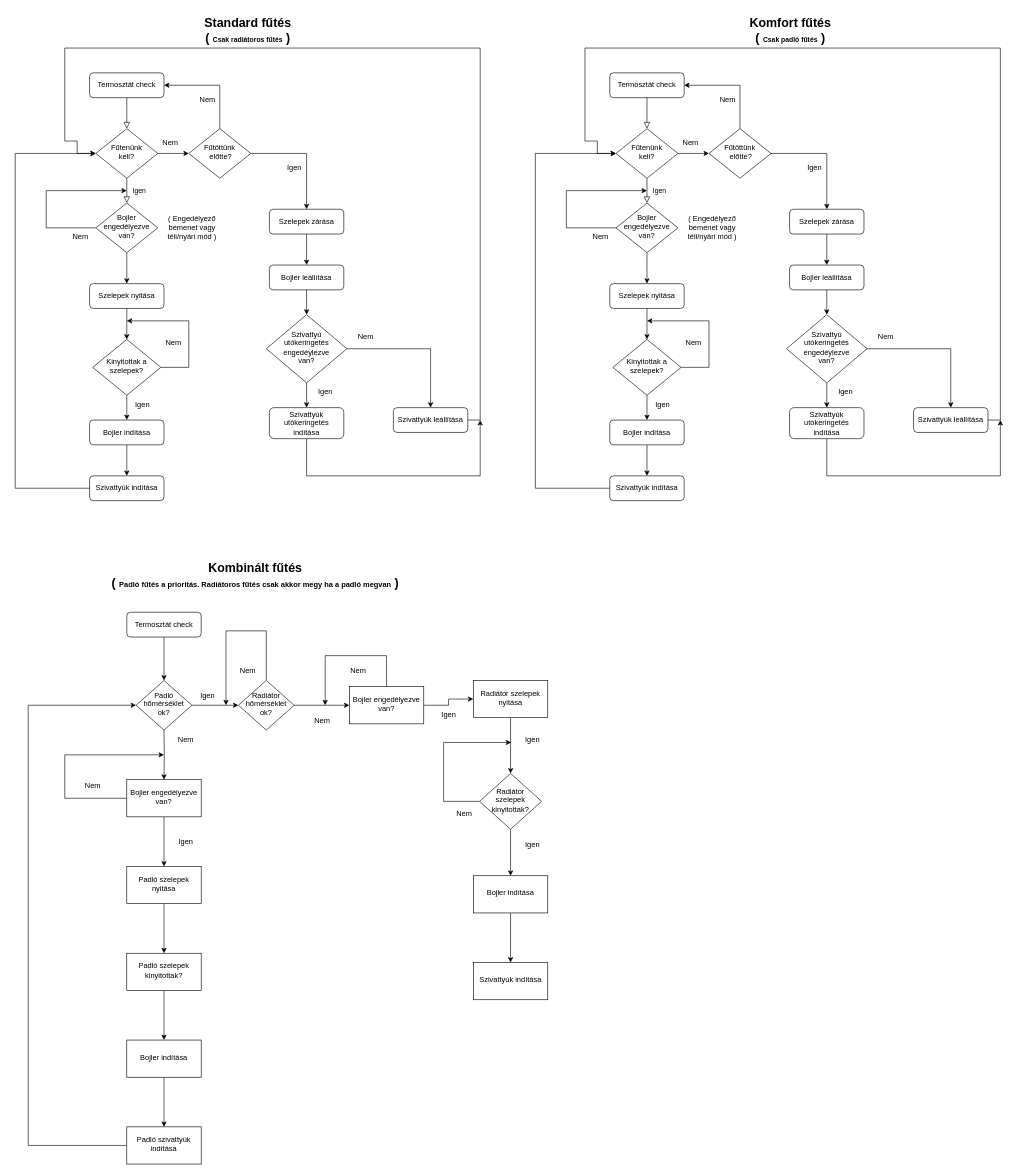
zekageri/DrawIO keeps this draw.io diagram as Megnevezetlen diagram.drawio. Above is the earlier version. Source tidied: cells renumbered, new cells numbered last; positions are measured from the earlier drawing's top-left corner, leaving out a move shared by most shapes. Both pictures are drawn from the tidied source at 62%, with x=0, y=0 at pixel (15, 11).
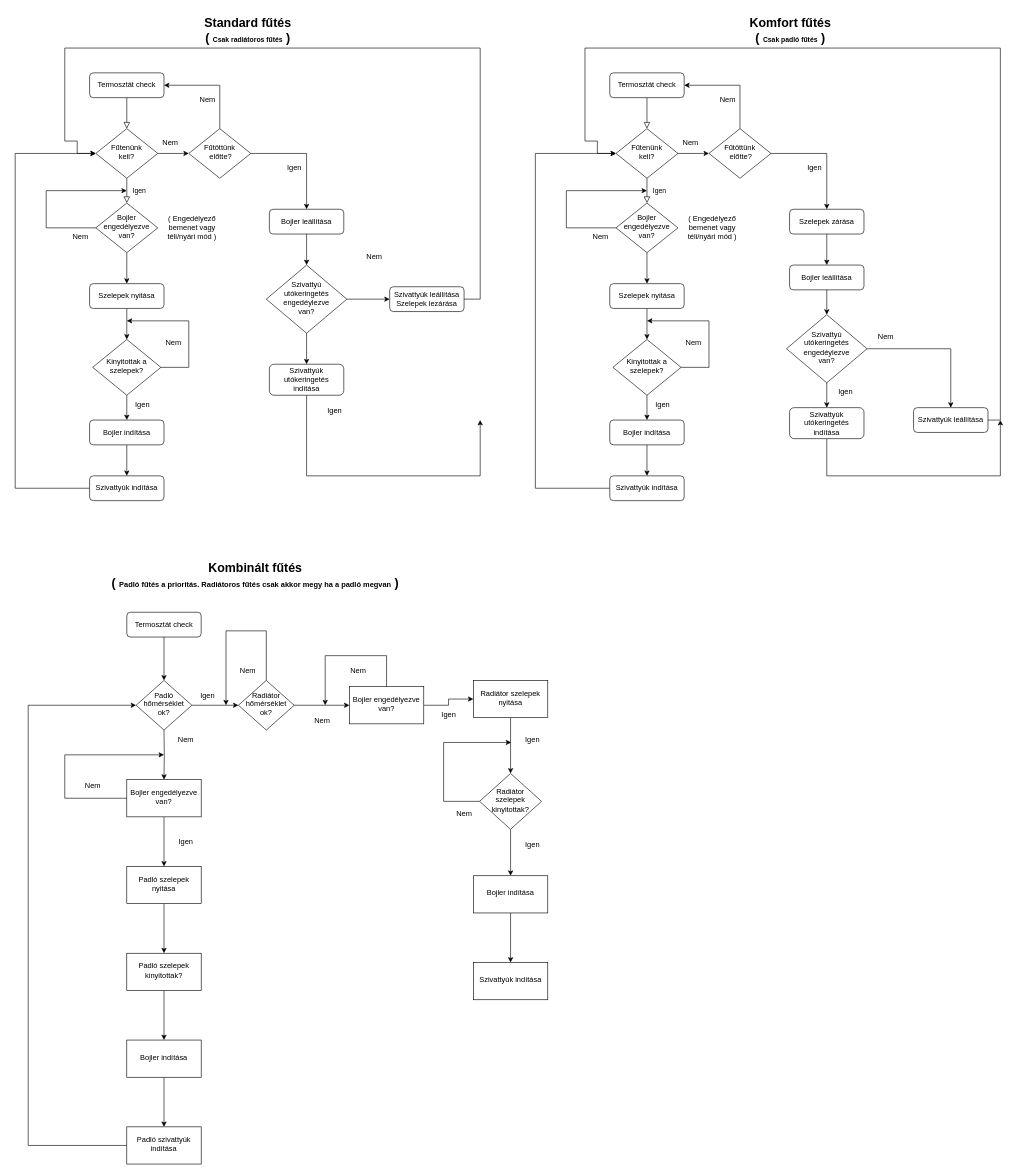
The same page after the edit.

The change refers to these unchanged cells:
```xml
<mxCell id="22" value="Fűtöttünk&lt;br&gt;&amp;nbsp;előtte?" style="rhombus;whiteSpace=wrap;html=1;shadow=0;fontFamily=Helvetica;fontSize=12;align=center;strokeWidth=1;spacing=6;spacingTop=-4;" parent="1" vertex="1">
  <mxGeometry x="280" y="190" width="100" height="80" as="geometry" />
</mxCell>
```

What changed in the source:
```diff
@@
-    <mxCell id="27" style="edgeStyle=orthogonalEdgeStyle;rounded=0;jettySize=auto;html=1;" parent="1" edge="1" source="28" target="34">
-      <mxGeometry relative="1" as="geometry" />
-    </mxCell>
-    <mxCell id="28" value="Szelepek zárása" style="rounded=1;whiteSpace=wrap;html=1;fontSize=12;glass=0;strokeWidth=1;shadow=0;" parent="1" vertex="1">
-      <mxGeometry x="410" y="320" width="120" height="40" as="geometry" />
-    </mxCell>
-    <mxCell id="29" style="endArrow=classic;html=1;rounded=0;exitX=1;exitY=0.5;exitDx=0;exitDy=0;entryX=0.5;entryY=0;entryDx=0;entryDy=0;" parent="1" edge="1" source="22" target="28">
+    <mxCell id="29" style="endArrow=classic;html=1;rounded=0;exitX=1;exitY=0.5;exitDx=0;exitDy=0;entryX=0.5;entryY=0;entryDx=0;entryDy=0;" parent="1" edge="1" source="22">
       <mxGeometry relative="1" as="geometry">
+        <mxPoint x="470" y="320" as="targetPoint" />
         <Array as="points">
           <mxPoint x="470" y="230" />
         </Array>
       </mxGeometry>
     </mxCell>
@@
     <mxCell id="34" value="Bojler leállítása" style="rounded=1;whiteSpace=wrap;html=1;fontSize=12;glass=0;strokeWidth=1;shadow=0;" parent="1" vertex="1">
-      <mxGeometry x="410" y="410" width="120" height="40" as="geometry" />
+      <mxGeometry x="410" y="320" width="120" height="40" as="geometry" />
     </mxCell>
@@
+    <mxCell id="41" style="edgeStyle=orthogonalEdgeStyle;rounded=0;jettySize=auto;html=1;" parent="1" edge="1" source="36" target="40">
+      <mxGeometry relative="1" as="geometry" />
+    </mxCell>
     <mxCell id="36" value="Szivattyú&lt;br&gt;utókeringetés&lt;br&gt;engedéylezve&lt;br&gt;van?" style="rhombus;whiteSpace=wrap;html=1;shadow=0;fontFamily=Helvetica;fontSize=12;align=center;strokeWidth=1;spacing=6;spacingTop=-4;" parent="1" vertex="1">
-      <mxGeometry x="405" y="490" width="130" height="110" as="geometry" />
+      <mxGeometry x="405" y="410" width="130" height="110" as="geometry" />
     </mxCell>
@@
     <mxCell id="38" value="Szivattyúk utókeringetés&lt;br&gt;indítása" style="rounded=1;whiteSpace=wrap;html=1;fontSize=12;glass=0;strokeWidth=1;shadow=0;" parent="1" vertex="1">
-      <mxGeometry x="410" y="640" width="120" height="50" as="geometry" />
+      <mxGeometry x="410" y="570" width="120" height="50" as="geometry" />
     </mxCell>
     <mxCell id="39" style="edgeStyle=orthogonalEdgeStyle;rounded=0;jettySize=auto;html=1;exitX=1;exitY=0.5;exitDx=0;exitDy=0;" parent="1" edge="1" source="40">
       <mxGeometry relative="1" as="geometry">
         <mxPoint x="130" y="230" as="targetPoint" />
         <Array as="points">
-          <mxPoint x="750" y="660" />
+          <mxPoint x="750" y="465" />
           <mxPoint x="750" y="60" />
           <mxPoint x="80" y="60" />
           <mxPoint x="80" y="210" />
           <mxPoint x="100" y="210" />
           <mxPoint x="100" y="230" />
         </Array>
       </mxGeometry>
     </mxCell>
-    <mxCell id="40" value="Szivattyúk leállítása" style="rounded=1;whiteSpace=wrap;html=1;fontSize=12;glass=0;strokeWidth=1;shadow=0;" parent="1" vertex="1">
-      <mxGeometry x="610" y="640" width="120" height="40" as="geometry" />
+    <mxCell id="40" value="Szivattyúk leállítása&lt;br&gt;Szelepek lezárása" style="rounded=1;whiteSpace=wrap;html=1;fontSize=12;glass=0;strokeWidth=1;shadow=0;" parent="1" vertex="1">
+      <mxGeometry x="604" y="445" width="120" height="40" as="geometry" />
     </mxCell>
-    <mxCell id="41" style="endArrow=classic;html=1;rounded=0;exitX=1;exitY=0.5;exitDx=0;exitDy=0;entryX=0.5;entryY=0;entryDx=0;entryDy=0;" parent="1" edge="1" source="36" target="40">
-      <mxGeometry relative="1" as="geometry">
-        <Array as="points">
-          <mxPoint x="670" y="545" />
-        </Array>
-      </mxGeometry>
-    </mxCell>
     <mxCell id="42" value="Igen" style="text;html=1;align=center;verticalAlign=middle;strokeColor=none;fillColor=none;" parent="1" vertex="1">
-      <mxGeometry x="475" y="600" width="50" height="30" as="geometry" />
+      <mxGeometry x="490" y="630" width="50" height="30" as="geometry" />
     </mxCell>
     <mxCell id="43" value="Nem" style="text;html=1;align=center;verticalAlign=middle;strokeColor=none;fillColor=none;" parent="1" vertex="1">
-      <mxGeometry x="540" y="510" width="50" height="30" as="geometry" />
+      <mxGeometry x="554" y="381" width="50" height="30" as="geometry" />
     </mxCell>
```
